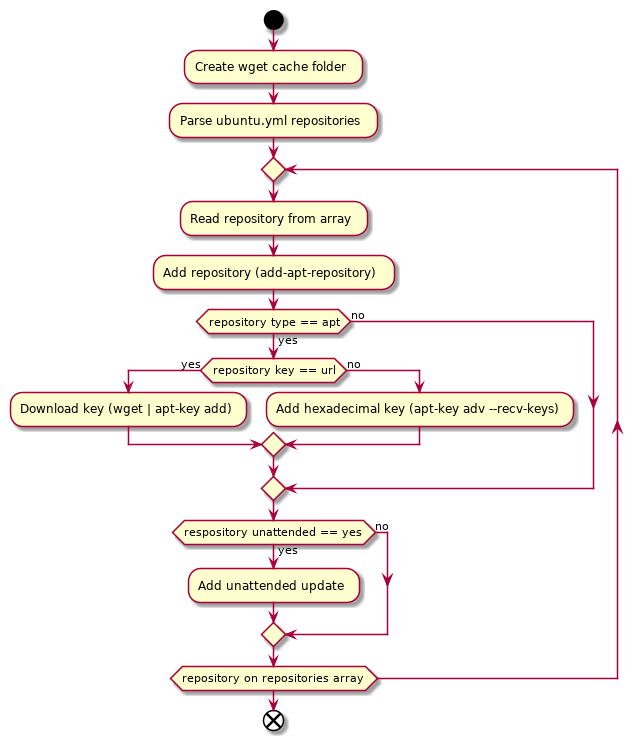
The PlantUML diagram doc/uml/repositores.png in cslucr/ubuntu-ucr, before a commit. Its diagram source:
```plantuml
@startuml
start
:Create wget cache folder;
:Parse ubuntu.yml repositories;
repeat
  :Read repository from array;
  :Add repository (add-apt-repository);
  if (repository type == apt) then (no)
  else (yes)
    if (repository key == url) then (yes)
      :Download key (wget | apt-key add);
    else (no)
      :Add hexadecimal key (apt-key adv --recv-keys);
    endif
  endif
  if (respository unattended == yes) then (no)
  else (yes)
    :Add unattended update;
  endif
repeat while (repository on repositories array)

end
@enduml
```
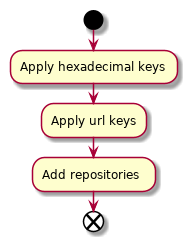
The same diagram one commit later.

Commit message:
Updated uml to reflect ansible tasks flow, apply hexadecimal and url apt keys

Change to the diagram source:
```diff
@@ -1,23 +1,7 @@
 @startuml
 start
-:Create wget cache folder;
-:Parse ubuntu.yml repositories;
-repeat
-  :Read repository from array;
-  :Add repository (add-apt-repository);
-  if (repository type == apt) then (no)
-  else (yes)
-    if (repository key == url) then (yes)
-      :Download key (wget | apt-key add);
-    else (no)
-      :Add hexadecimal key (apt-key adv --recv-keys);
-    endif
-  endif
-  if (respository unattended == yes) then (no)
-  else (yes)
-    :Add unattended update;
-  endif
-repeat while (repository on repositories array)
-
+:Apply hexadecimal keys;
+:Apply url keys;
+:Add repositories;
 end
 @enduml
```
